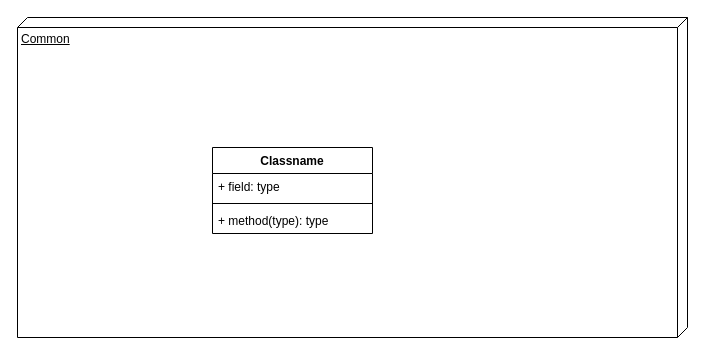
Before: page "Page-1" (1 of 2) of docs/Diagrams.drawio in Filomilo/Cloud_Storage_sync, a draw.io diagram. Source tidied: cells renumbered, new cells numbered last; positions are measured from the earlier drawing's top-left corner, leaving out a move shared by most shapes. Both pictures are drawn from the tidied source at 100%, with x=0, y=0 at pixel (17, 17).
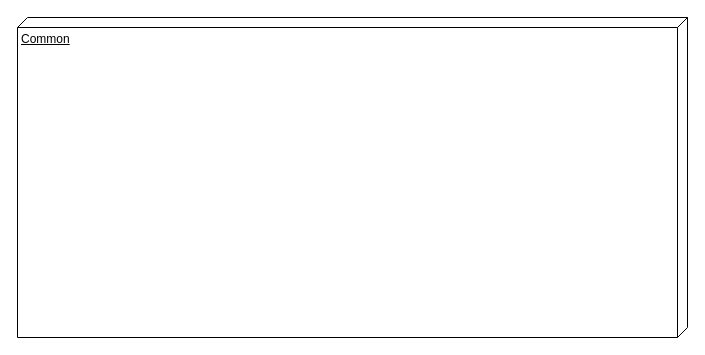
After the change.

What changed in the source:
```diff
@@
 <mxGraphModel>
   <root>
     <mxCell id="0" />
     <mxCell id="1" parent="0" />
     <mxCell id="2" value="Common" style="verticalAlign=top;align=left;spacingTop=8;spacingLeft=2;spacingRight=12;shape=cube;size=10;direction=south;fontStyle=4;html=1;whiteSpace=wrap;" parent="1" vertex="1">
       <mxGeometry width="670" height="320" as="geometry" />
     </mxCell>
-    <mxCell id="3" value="Classname" style="swimlane;fontStyle=1;align=center;verticalAlign=top;horizontal=1;startSize=26;whiteSpace=wrap;html=1;" parent="1" vertex="1">
-      <mxGeometry x="195" y="130" width="160" height="86" as="geometry" />
-    </mxCell>
-    <mxCell id="4" value="+ field: type" style="text;strokeColor=none;fillColor=none;align=left;verticalAlign=top;spacingLeft=4;spacingRight=4;overflow=hidden;whiteSpace=wrap;html=1;" parent="3" vertex="1">
-      <mxGeometry y="26" width="160" height="26" as="geometry" />
-    </mxCell>
-    <mxCell id="5" style="line;strokeWidth=1;fillColor=none;align=left;verticalAlign=middle;spacingTop=-1;spacingLeft=3;spacingRight=3;labelPosition=right;strokeColor=inherit;" parent="3" vertex="1">
-      <mxGeometry y="52" width="160" height="8" as="geometry" />
-    </mxCell>
-    <mxCell id="6" value="+ method(type): type" style="text;strokeColor=none;fillColor=none;align=left;verticalAlign=top;spacingLeft=4;spacingRight=4;overflow=hidden;whiteSpace=wrap;html=1;" parent="3" vertex="1">
-      <mxGeometry y="60" width="160" height="26" as="geometry" />
-    </mxCell>
   </root>
 </mxGraphModel>
```
